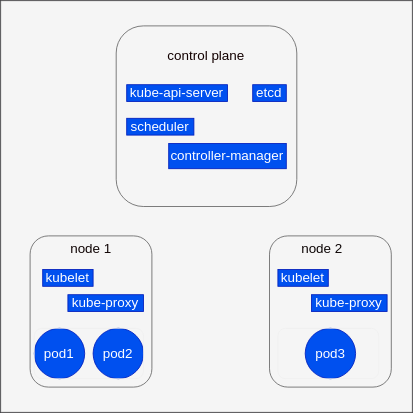
kubernetes/website keeps this draw.io diagram as content/en/docs/tutorials/kubernetes-basics/public/images/k8s-structure.svg. Above is the earlier version. Source tidied: cells renumbered, new cells last; positions are measured from the earlier drawing's top-left corner, leaving out a move shared by most shapes.
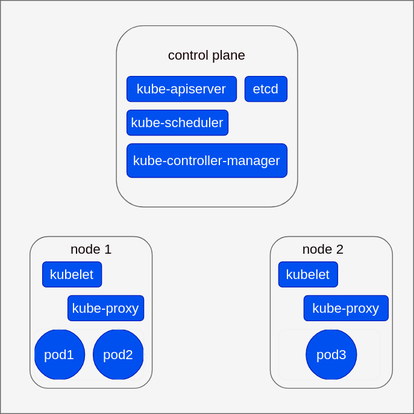
After the commit.

Diff of the diagram source:
```diff
@@ -38,29 +38,29 @@
         <mxPoint x="408.8" y="441.2" as="targetPoint" />
       </mxGeometry>
     </mxCell>
-    <mxCell id="13" value="kube-api-server" style="rounded=0;whiteSpace=wrap;html=1;fontSize=16;fillColor=#0050ef;fontColor=#ffffff;strokeColor=#001DBC;" parent="1" vertex="1">
-      <mxGeometry x="150" y="100" width="120" height="20" as="geometry" />
+    <mxCell id="13" value="kube-apiserver" style="rounded=1;whiteSpace=wrap;html=1;fontSize=16;fillColor=#0050ef;fontColor=#ffffff;strokeColor=#001DBC;" parent="1" vertex="1">
+      <mxGeometry x="150" y="90" width="130" height="30" as="geometry" />
     </mxCell>
-    <mxCell id="14" value="etcd" style="rounded=0;whiteSpace=wrap;html=1;fontSize=16;fillColor=#0050ef;fontColor=#ffffff;strokeColor=#001DBC;" parent="1" vertex="1">
-      <mxGeometry x="300" y="100" width="40" height="20" as="geometry" />
+    <mxCell id="14" value="etcd" style="rounded=1;whiteSpace=wrap;html=1;fontSize=16;fillColor=#0050ef;fontColor=#ffffff;strokeColor=#001DBC;" parent="1" vertex="1">
+      <mxGeometry x="290" y="90" width="50" height="30" as="geometry" />
     </mxCell>
-    <mxCell id="15" value="scheduler" style="rounded=0;whiteSpace=wrap;html=1;fontSize=16;fillColor=#0050ef;fontColor=#ffffff;strokeColor=#001DBC;" parent="1" vertex="1">
-      <mxGeometry x="150" y="140" width="80" height="20" as="geometry" />
+    <mxCell id="15" value="kube-scheduler" style="rounded=1;whiteSpace=wrap;html=1;fontSize=16;fillColor=#0050ef;fontColor=#ffffff;strokeColor=#001DBC;" parent="1" vertex="1">
+      <mxGeometry x="150" y="130" width="120" height="30" as="geometry" />
     </mxCell>
-    <mxCell id="16" value="controller-manager" style="rounded=0;whiteSpace=wrap;html=1;fontSize=16;fillColor=#0050ef;fontColor=#ffffff;strokeColor=#001DBC;" parent="1" vertex="1">
-      <mxGeometry x="200" y="170" width="140" height="30" as="geometry" />
+    <mxCell id="16" value="kube-controller-manager" style="rounded=1;whiteSpace=wrap;html=1;fontSize=16;fillColor=#0050ef;fontColor=#ffffff;strokeColor=#001DBC;" parent="1" vertex="1">
+      <mxGeometry x="150" y="170" width="190" height="40" as="geometry" />
     </mxCell>
-    <mxCell id="17" value="kubelet" style="rounded=0;whiteSpace=wrap;html=1;fontSize=16;fillColor=#0050ef;fontColor=#ffffff;strokeColor=#001DBC;" parent="1" vertex="1">
-      <mxGeometry x="50" y="320" width="60" height="20" as="geometry" />
+    <mxCell id="17" value="kubelet" style="rounded=1;whiteSpace=wrap;html=1;fontSize=16;fillColor=#0050ef;fontColor=#ffffff;strokeColor=#001DBC;" parent="1" vertex="1">
+      <mxGeometry x="50" y="310" width="70" height="30" as="geometry" />
     </mxCell>
-    <mxCell id="18" value="kube-proxy" style="rounded=0;whiteSpace=wrap;html=1;fontSize=16;fillColor=#0050ef;fontColor=#ffffff;strokeColor=#001DBC;" parent="1" vertex="1">
-      <mxGeometry x="80" y="350" width="90" height="20" as="geometry" />
+    <mxCell id="18" value="kube-proxy" style="rounded=1;whiteSpace=wrap;html=1;fontSize=16;fillColor=#0050ef;fontColor=#ffffff;strokeColor=#001DBC;" parent="1" vertex="1">
+      <mxGeometry x="80" y="350" width="90" height="30" as="geometry" />
     </mxCell>
-    <mxCell id="19" value="kubelet" style="rounded=0;whiteSpace=wrap;html=1;fontSize=16;fillColor=#0050ef;fontColor=#ffffff;strokeColor=#001DBC;" parent="1" vertex="1">
-      <mxGeometry x="330" y="320" width="60" height="20" as="geometry" />
+    <mxCell id="19" value="kubelet" style="rounded=1;whiteSpace=wrap;html=1;fontSize=16;fillColor=#0050ef;fontColor=#ffffff;strokeColor=#001DBC;" parent="1" vertex="1">
+      <mxGeometry x="330" y="310" width="70" height="30" as="geometry" />
     </mxCell>
-    <mxCell id="20" value="kube-proxy" style="rounded=0;whiteSpace=wrap;html=1;fontSize=16;fillColor=#0050ef;fontColor=#ffffff;strokeColor=#001DBC;" parent="1" vertex="1">
-      <mxGeometry x="370" y="350" width="90" height="20" as="geometry" />
+    <mxCell id="20" value="kube-proxy" style="rounded=1;whiteSpace=wrap;html=1;fontSize=16;fillColor=#0050ef;fontColor=#ffffff;strokeColor=#001DBC;" parent="1" vertex="1">
+      <mxGeometry x="360" y="350" width="100" height="30" as="geometry" />
     </mxCell>
     <mxCell id="21" style="rounded=1;whiteSpace=wrap;html=1;fontSize=16;fillColor=none;" parent="1" vertex="1">
       <mxGeometry x="40" y="390" width="130" height="60" as="geometry" />
```
